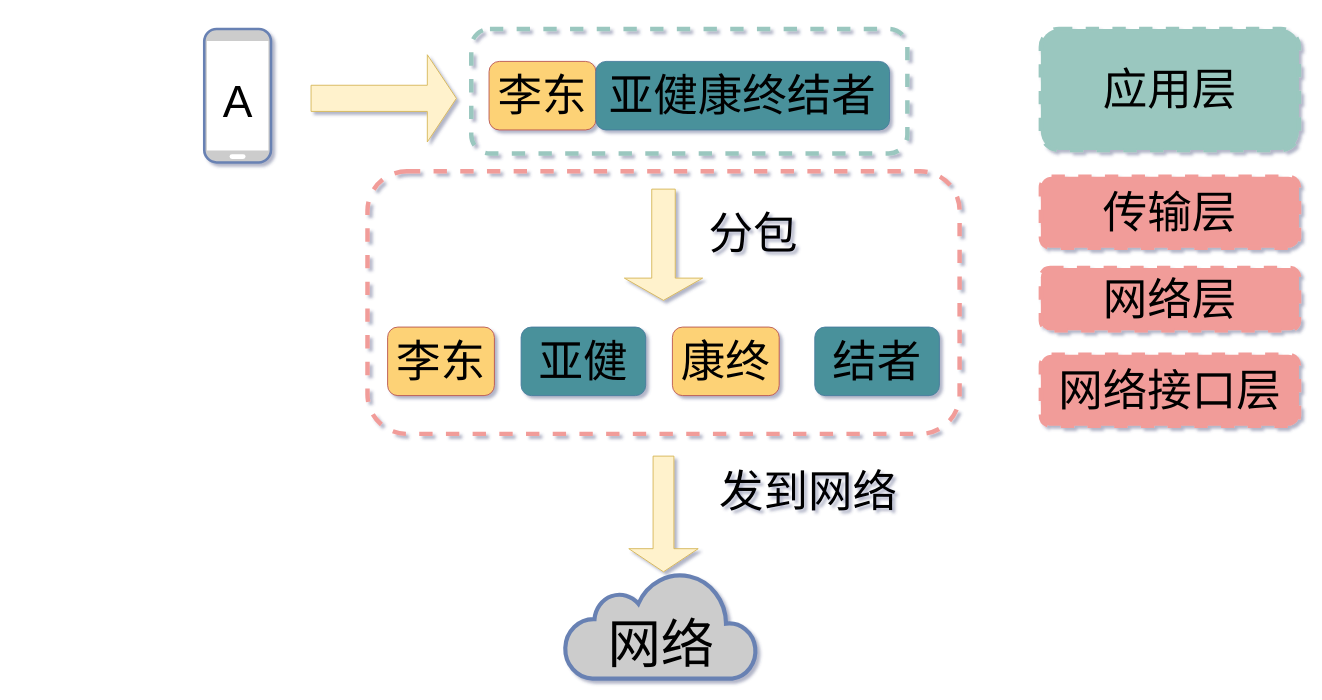
Before: network/消息从网络接收.drawio in xiaobaiTech/image, a draw.io diagram. Source tidied: cells renumbered, new cells numbered last; positions are measured from the earlier drawing's top-left corner, leaving out a move shared by most shapes. Both pictures are drawn from the tidied source at 89%, with x=0, y=0 at pixel (204, 28).
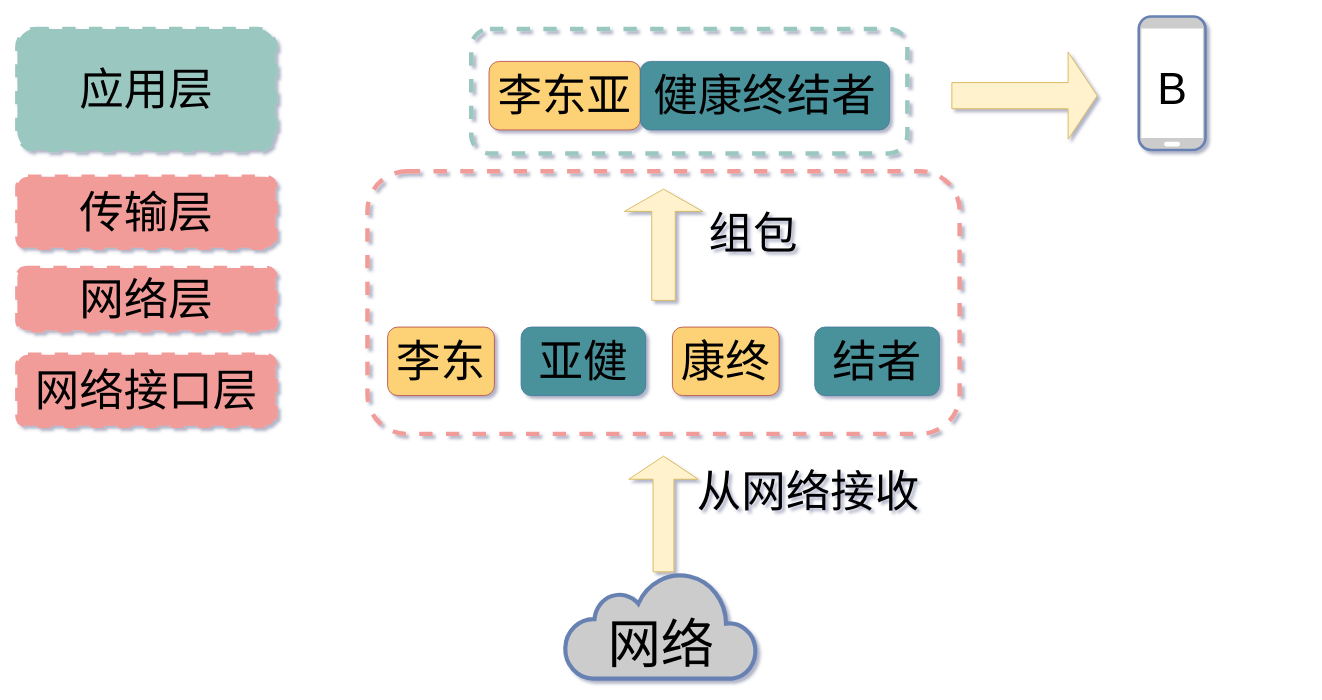
Above is the later version.

Commit message:
Update 消息从网络接收.drawio

Diff of the diagram source:
```diff
@@
+    <mxCell id="18" style="rounded=1;whiteSpace=wrap;html=1;fillColor=none;dashed=1;strokeWidth=5;strokeColor=#9AC7BF;" parent="1" vertex="1">
+      <mxGeometry x="300" width="490" height="140" as="geometry" />
+    </mxCell>
@@
-    <mxCell id="3" value="李东" style="rounded=1;strokeColor=#b85450;fontSize=50;fontFamily=Helvetica;fillColor=#FDD276;labelBackgroundColor=none;labelBorderColor=none;whiteSpace=wrap;html=1;" parent="1" vertex="1">
-      <mxGeometry x="320" y="36.5" width="120" height="77" as="geometry" />
+    <mxCell id="3" value="李东亚" style="rounded=1;strokeColor=#b85450;fontSize=50;fontFamily=Helvetica;fillColor=#FDD276;labelBackgroundColor=none;labelBorderColor=none;whiteSpace=wrap;html=1;" parent="1" vertex="1">
+      <mxGeometry x="320" y="36.5" width="170" height="77" as="geometry" />
     </mxCell>
-    <mxCell id="4" value="亚健康终结者" style="rounded=1;strokeColor=#457B9D;fontSize=50;fontFamily=Helvetica;fillColor=#4A919B;labelBackgroundColor=none;labelBorderColor=none;whiteSpace=wrap;html=1;" parent="1" vertex="1">
-      <mxGeometry x="440" y="36.5" width="330" height="77" as="geometry" />
+    <mxCell id="4" value="健康终结者" style="rounded=1;strokeColor=#457B9D;fontSize=50;fontFamily=Helvetica;fillColor=#4A919B;labelBackgroundColor=none;labelBorderColor=none;whiteSpace=wrap;html=1;" parent="1" vertex="1">
+      <mxGeometry x="490" y="36.5" width="280" height="77" as="geometry" />
     </mxCell>
@@
-    <mxCell id="9" style="shape=singleArrow;direction=south;whiteSpace=wrap;html=1;fillColor=#fff2cc;strokeColor=#d6b656;" parent="1" vertex="1">
+    <mxCell id="9" style="shape=singleArrow;direction=north;whiteSpace=wrap;html=1;fillColor=#fff2cc;strokeColor=#d6b656;" parent="1" vertex="1">
       <mxGeometry x="472" y="180" width="88" height="125" as="geometry" />
     </mxCell>
-    <mxCell id="10" value="&lt;font style=&quot;font-size: 50px&quot;&gt;分包&lt;/font&gt;" style="text;html=1;strokeColor=none;fillColor=none;align=center;verticalAlign=middle;whiteSpace=wrap;rounded=0;" parent="1" vertex="1">
+    <mxCell id="10" value="&lt;font style=&quot;font-size: 50px&quot;&gt;组包&lt;/font&gt;" style="text;html=1;strokeColor=none;fillColor=none;align=center;verticalAlign=middle;whiteSpace=wrap;rounded=0;" parent="1" vertex="1">
       <mxGeometry x="542" y="220" width="150" height="20" as="geometry" />
     </mxCell>
     <mxCell id="11" style="fontColor=#0066CC;verticalAlign=top;verticalLabelPosition=bottom;labelPosition=center;align=center;html=1;fillColor=#CCCCCC;strokeColor=#6881B3;gradientColor=none;gradientDirection=north;strokeWidth=2;shape=mxgraph.networks.mobile;" parent="1" vertex="1">
-      <mxGeometry width="75" height="150" as="geometry" />
+      <mxGeometry x="1050" y="-14" width="75" height="150" as="geometry" />
     </mxCell>
@@
     <mxCell id="13" style="shape=singleArrow;direction=east;whiteSpace=wrap;html=1;fillColor=#fff2cc;strokeColor=#d6b656;" parent="1" vertex="1">
-      <mxGeometry x="120" y="29" width="163.3" height="98" as="geometry" />
+      <mxGeometry x="840" y="26" width="163.3" height="98" as="geometry" />
     </mxCell>
-    <mxCell id="14" value="&lt;font style=&quot;font-size: 50px&quot;&gt;A&lt;/font&gt;" style="text;html=1;strokeColor=none;fillColor=none;align=center;verticalAlign=middle;whiteSpace=wrap;rounded=0;" parent="1" vertex="1">
-      <mxGeometry x="17.5" y="71" width="40" height="20" as="geometry" />
+    <mxCell id="14" value="&lt;font style=&quot;font-size: 50px&quot;&gt;B&lt;/font&gt;" style="text;html=1;strokeColor=none;fillColor=none;align=center;verticalAlign=middle;whiteSpace=wrap;rounded=0;" parent="1" vertex="1">
+      <mxGeometry x="1067.5" y="57" width="40" height="20" as="geometry" />
     </mxCell>
@@
-    <mxCell id="16" style="shape=singleArrow;direction=south;whiteSpace=wrap;html=1;fillColor=#fff2cc;strokeColor=#d6b656;" parent="1" vertex="1">
+    <mxCell id="16" style="shape=singleArrow;direction=north;whiteSpace=wrap;html=1;fillColor=#fff2cc;strokeColor=#d6b656;" parent="1" vertex="1">
       <mxGeometry x="477" y="480" width="78" height="130" as="geometry" />
     </mxCell>
-    <mxCell id="17" value="&lt;font style=&quot;font-size: 50px&quot;&gt;发到网络&lt;/font&gt;" style="text;html=1;strokeColor=none;fillColor=none;align=center;verticalAlign=middle;whiteSpace=wrap;rounded=0;" parent="1" vertex="1">
+    <mxCell id="17" value="&lt;font style=&quot;font-size: 50px&quot;&gt;从网络接收&lt;/font&gt;" style="text;html=1;strokeColor=none;fillColor=none;align=center;verticalAlign=middle;whiteSpace=wrap;rounded=0;" parent="1" vertex="1">
       <mxGeometry x="542" y="510" width="273.5" height="20" as="geometry" />
     </mxCell>
-    <mxCell id="18" style="rounded=1;whiteSpace=wrap;html=1;fillColor=none;dashed=1;strokeWidth=5;strokeColor=#9AC7BF;" parent="1" vertex="1">
-      <mxGeometry x="300" width="490" height="140" as="geometry" />
-    </mxCell>
     <mxCell id="19" value="&lt;font style=&quot;font-size: 50px&quot;&gt;应用层&lt;/font&gt;" style="rounded=1;whiteSpace=wrap;html=1;dashed=1;strokeWidth=5;fontColor=none;fillColor=#9AC7BF;strokeColor=#9AC7BF;" parent="1" vertex="1">
-      <mxGeometry x="940" width="290" height="136" as="geometry" />
+      <mxGeometry x="-210" width="290" height="136" as="geometry" />
     </mxCell>
     <mxCell id="20" value="&lt;font style=&quot;font-size: 50px&quot;&gt;传输层&lt;/font&gt;" style="rounded=1;whiteSpace=wrap;html=1;dashed=1;strokeWidth=5;fontColor=none;fillColor=#F19C99;strokeColor=#F19C99;" parent="1" vertex="1">
-      <mxGeometry x="940" y="166" width="290" height="80" as="geometry" />
+      <mxGeometry x="-210" y="166" width="290" height="80" as="geometry" />
     </mxCell>
     <mxCell id="21" value="&lt;span style=&quot;font-size: 50px&quot;&gt;网络层&lt;/span&gt;" style="rounded=1;whiteSpace=wrap;html=1;dashed=1;strokeWidth=5;fontColor=none;fillColor=#F19C99;strokeColor=#F19C99;" parent="1" vertex="1">
-      <mxGeometry x="940" y="268.5" width="290" height="70" as="geometry" />
+      <mxGeometry x="-210" y="268.5" width="290" height="70" as="geometry" />
     </mxCell>
     <mxCell id="22" value="&lt;span style=&quot;font-size: 50px&quot;&gt;网络接口层&lt;/span&gt;" style="rounded=1;whiteSpace=wrap;html=1;dashed=1;strokeWidth=5;fontColor=none;fillColor=#F19C99;strokeColor=#F19C99;" parent="1" vertex="1">
-      <mxGeometry x="940" y="366" width="290" height="80" as="geometry" />
+      <mxGeometry x="-210" y="366" width="290" height="80" as="geometry" />
     </mxCell>
```
